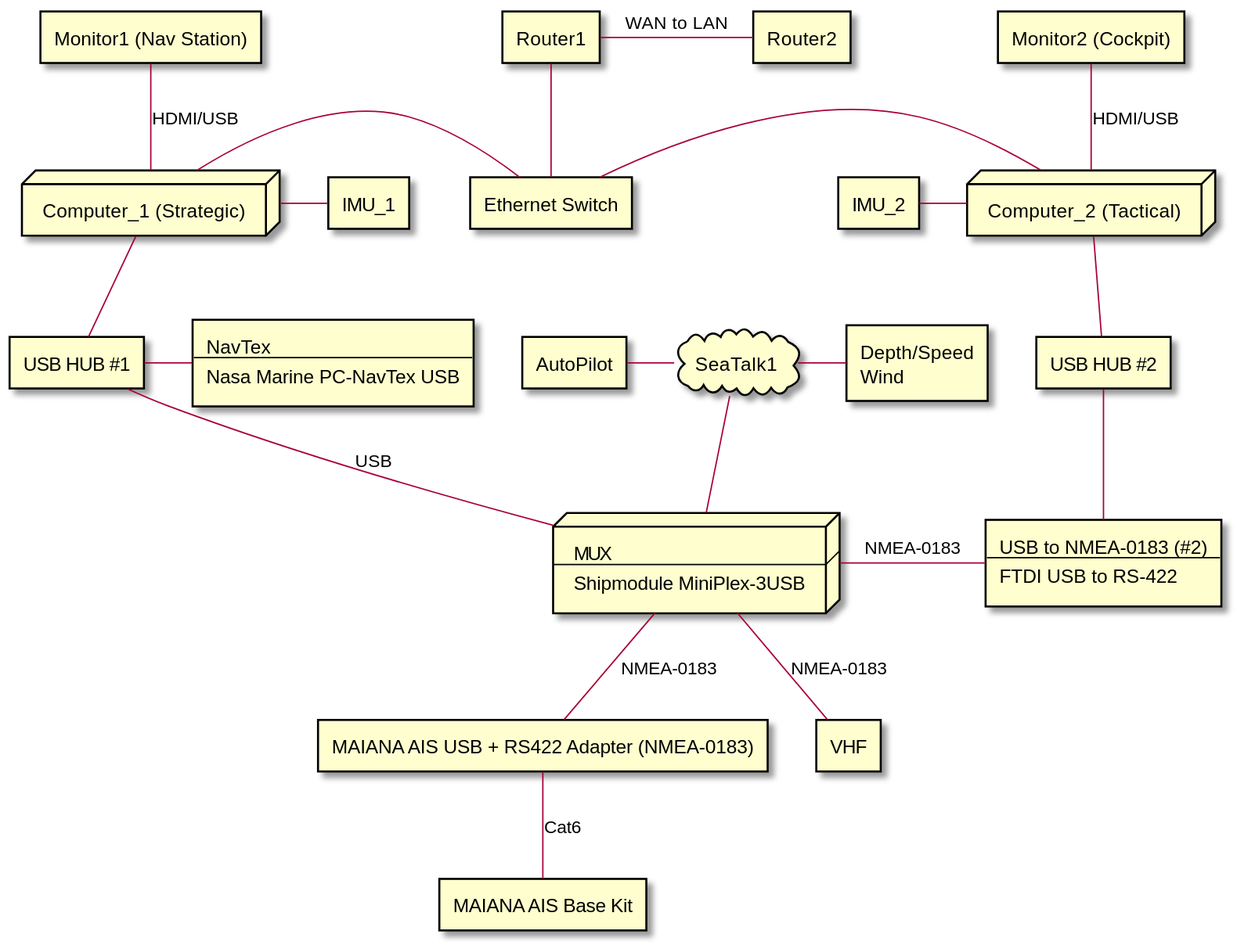
This is docs/images/two_comp_arch.svg from SY-Alcazar/SY-Alcazar, a PlantUML export, as it was before one commit.
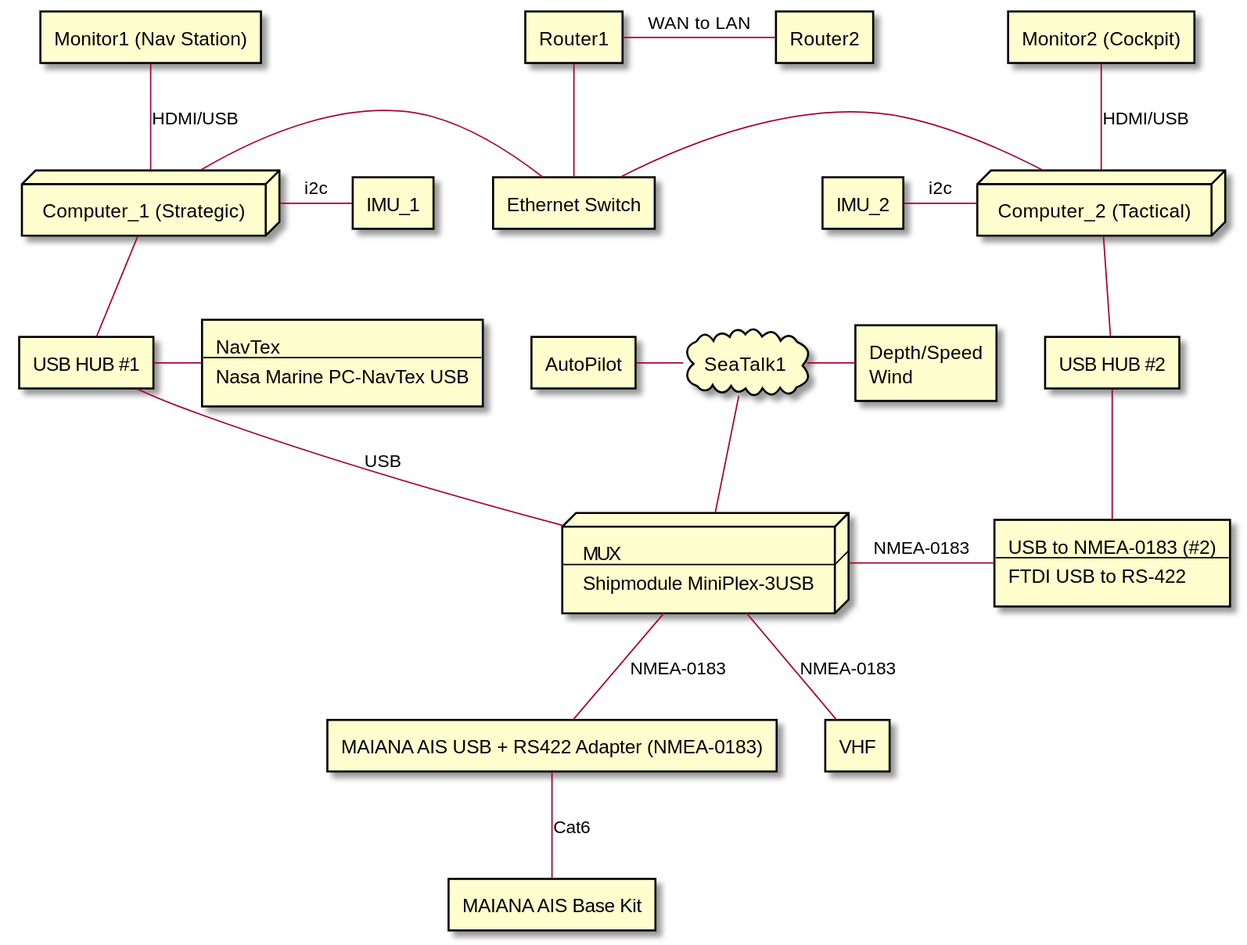
After the change.

Change to the diagram source:
```diff
@@ -101,8 +101,8 @@
 comp1 -u- mon1 : HDMI/USB
 comp2 -u- mon2 : HDMI/USB
 
-comp1 -r- IMU1
-comp2 -l- IMU2
+comp1 -r- IMU1 : i2c
+comp2 -l- IMU2 : i2c
 
 usb_hub1 -r- NavTex
 
```
